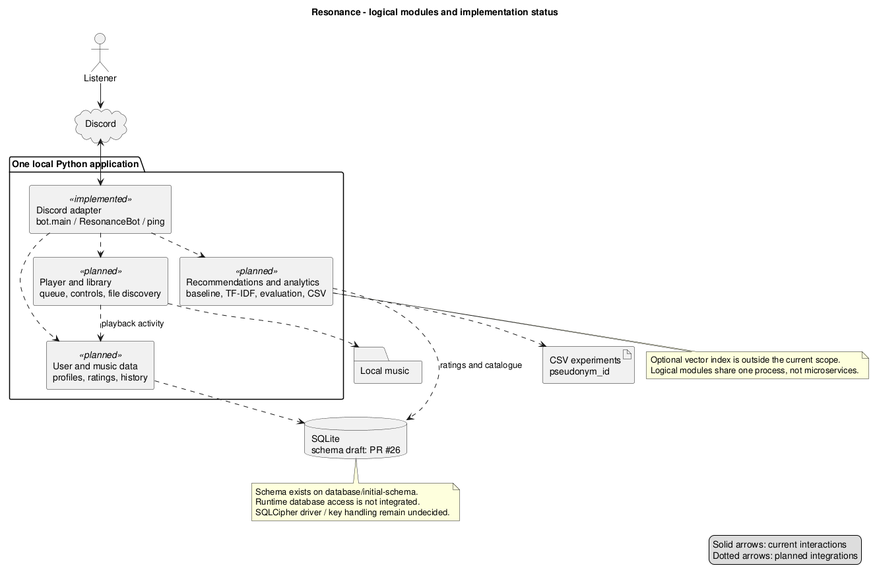
This is docs/components.png from G10BAL/team-project, a PlantUML export, as it was before one commit.
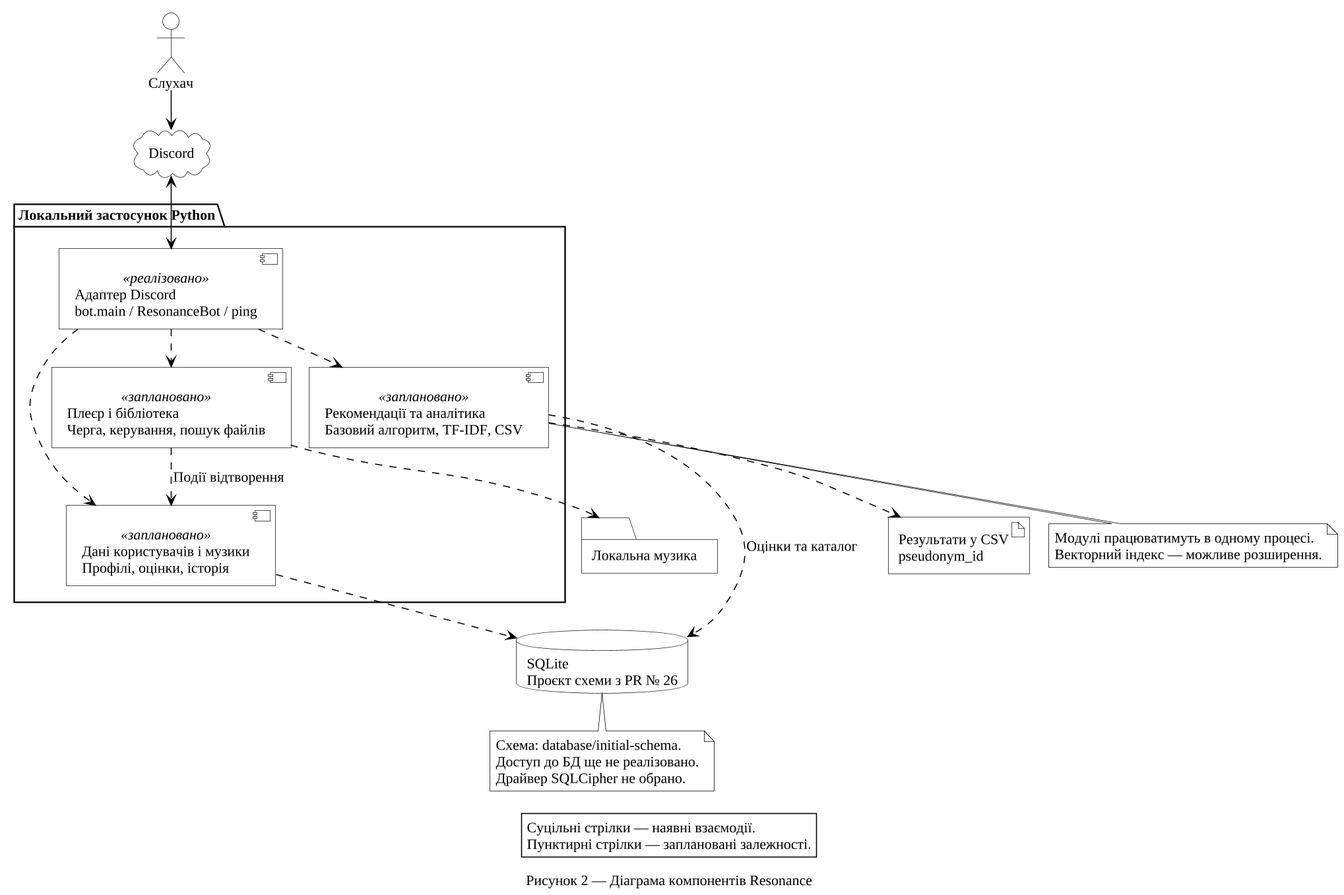
Above is the later version.

The edit, as a diff of the source:
```diff
@@ -1,40 +1,40 @@
 @startuml
+!include diagram-style.iuml
 !pragma layout smetana
-title Resonance - logical modules and implementation status
-skinparam componentStyle rectangle
-skinparam shadowing false
-actor Listener
-cloud Discord
-package "One local Python application" {
-  component "Discord adapter\nbot.main / ResonanceBot / ping" as adapter <<implemented>>
-  component "Player and library\nqueue, controls, file discovery" as player <<planned>>
-  component "User and music data\nprofiles, ratings, history" as users <<planned>>
-  component "Recommendations and analytics\nbaseline, TF-IDF, evaluation, CSV" as recs <<planned>>
+skinparam componentStyle uml2
+actor "Слухач" as Listener
+cloud "Discord" as Discord
+package "Локальний застосунок Python" {
+  component "Адаптер Discord\nbot.main / ResonanceBot / ping" as adapter <<реалізовано>>
+  component "Плеєр і бібліотека\nЧерга, керування, пошук файлів" as player <<заплановано>>
+  component "Дані користувачів і музики\nПрофілі, оцінки, історія" as users <<заплановано>>
+  component "Рекомендації та аналітика\nБазовий алгоритм, TF-IDF, CSV" as recs <<заплановано>>
 }
-database "SQLite\nschema draft: PR #26" as db
-folder "Local music" as music
-artifact "CSV experiments\npseudonym_id" as csv
+database "SQLite\nПроєкт схеми з PR № 26" as db
+folder "Локальна музика" as music
+artifact "Результати у CSV\npseudonym_id" as csv
 Listener --> Discord
 Discord <--> adapter
 adapter ..> player
 adapter ..> users
 adapter ..> recs
 player ..> music
-player ..> users : playback activity
+player ..> users : Події відтворення
 users ..> db
-recs ..> db : ratings and catalogue
+recs ..> db : Оцінки та каталог
 recs ..> csv
 note bottom of db
-Schema exists on database/initial-schema.
-Runtime database access is not integrated.
-SQLCipher driver / key handling remain undecided.
+Схема: database/initial-schema.
+Доступ до БД ще не реалізовано.
+Драйвер SQLCipher не обрано.
 end note
 note bottom of recs
-Optional vector index is outside the current scope.
-Logical modules share one process, not microservices.
+Модулі працюватимуть в одному процесі.
+Векторний індекс — можливе розширення.
 end note
-legend right
-Solid arrows: current interactions
-Dotted arrows: planned integrations
+legend bottom
+Суцільні стрілки — наявні взаємодії.
+Пунктирні стрілки — заплановані залежності.
 endlegend
+caption Рисунок 2 — Діаграма компонентів Resonance
 @enduml
```
